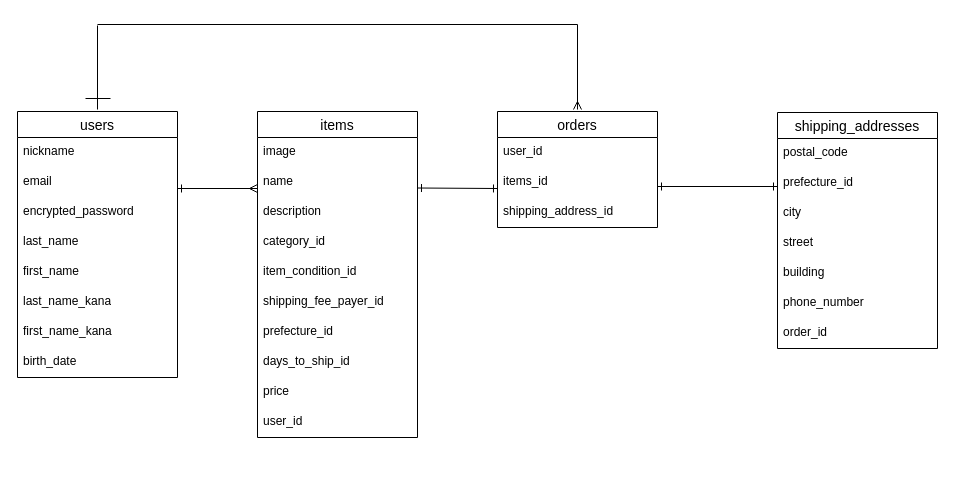
The draw.io diagram app/views/er.dio in Minimini55/furima-42535, before the edit. Source tidied: cells renumbered, new cells numbered last; positions are measured from the earlier drawing's top-left corner, leaving out a move shared by most shapes. Both pictures are drawn from the tidied source at 100%, with x=0, y=0 at pixel (17, 19).
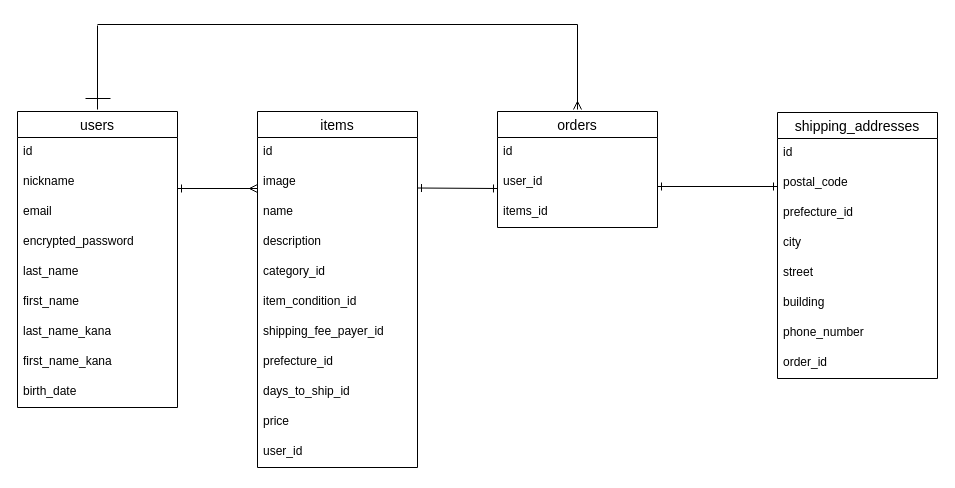
The same page after the edit.

Commit message (it also covers changes not shown here):
ordersテーブルのカラム削除とnicknameの制限修正

Unchanged cells that the change refers to:
```xml
<mxCell id="23" value="orders" style="swimlane;fontStyle=0;horizontal=1;startSize=26;align=center;fontSize=14;" parent="1" vertex="1">
  <mxGeometry x="480" y="92" width="160" height="116" as="geometry" />
</mxCell>
```

Diff of the diagram source:
```diff
@@
     <mxCell id="3" value="users" style="swimlane;fontStyle=0;horizontal=1;startSize=26;align=center;fontSize=14;" parent="1" vertex="1">
-      <mxGeometry y="92" width="160" height="266" as="geometry" />
+      <mxGeometry y="92" width="160" height="296" as="geometry" />
     </mxCell>
+    <mxCell id="41" value="id" style="text;strokeColor=none;fillColor=none;spacingLeft=4;spacingRight=4;overflow=hidden;fontSize=12;whiteSpace=wrap;html=1;" parent="3" vertex="1">
+      <mxGeometry y="26" width="160" height="30" as="geometry" />
+    </mxCell>
     <mxCell id="4" value="nickname" style="text;strokeColor=none;fillColor=none;spacingLeft=4;spacingRight=4;overflow=hidden;fontSize=12;whiteSpace=wrap;html=1;" parent="3" vertex="1">
-      <mxGeometry y="26" width="160" height="30" as="geometry" />
+      <mxGeometry y="56" width="160" height="30" as="geometry" />
     </mxCell>
     <mxCell id="5" value="email" style="text;strokeColor=none;fillColor=none;spacingLeft=4;spacingRight=4;overflow=hidden;fontSize=12;whiteSpace=wrap;html=1;" parent="3" vertex="1">
-      <mxGeometry y="56" width="160" height="30" as="geometry" />
+      <mxGeometry y="86" width="160" height="30" as="geometry" />
     </mxCell>
     <mxCell id="6" value="encrypted_password" style="text;strokeColor=none;fillColor=none;spacingLeft=4;spacingRight=4;overflow=hidden;fontSize=12;whiteSpace=wrap;html=1;" parent="3" vertex="1">
-      <mxGeometry y="86" width="160" height="30" as="geometry" />
+      <mxGeometry y="116" width="160" height="30" as="geometry" />
     </mxCell>
     <mxCell id="7" value="last_name" style="text;strokeColor=none;fillColor=none;spacingLeft=4;spacingRight=4;overflow=hidden;fontSize=12;whiteSpace=wrap;html=1;" parent="3" vertex="1">
-      <mxGeometry y="116" width="160" height="30" as="geometry" />
+      <mxGeometry y="146" width="160" height="30" as="geometry" />
     </mxCell>
     <mxCell id="8" value="first_name" style="text;strokeColor=none;fillColor=none;spacingLeft=4;spacingRight=4;overflow=hidden;fontSize=12;whiteSpace=wrap;html=1;" parent="3" vertex="1">
-      <mxGeometry y="146" width="160" height="30" as="geometry" />
+      <mxGeometry y="176" width="160" height="30" as="geometry" />
     </mxCell>
     <mxCell id="9" value="last_name_kana" style="text;strokeColor=none;fillColor=none;spacingLeft=4;spacingRight=4;overflow=hidden;fontSize=12;whiteSpace=wrap;html=1;" parent="3" vertex="1">
-      <mxGeometry y="176" width="160" height="30" as="geometry" />
+      <mxGeometry y="206" width="160" height="30" as="geometry" />
     </mxCell>
     <mxCell id="10" value="first_name_kana" style="text;strokeColor=none;fillColor=none;spacingLeft=4;spacingRight=4;overflow=hidden;fontSize=12;whiteSpace=wrap;html=1;" parent="3" vertex="1">
-      <mxGeometry y="206" width="160" height="30" as="geometry" />
+      <mxGeometry y="236" width="160" height="30" as="geometry" />
     </mxCell>
     <mxCell id="11" value="birth_date" style="text;strokeColor=none;fillColor=none;spacingLeft=4;spacingRight=4;overflow=hidden;fontSize=12;whiteSpace=wrap;html=1;" parent="3" vertex="1">
-      <mxGeometry y="236" width="160" height="30" as="geometry" />
+      <mxGeometry y="266" width="160" height="30" as="geometry" />
     </mxCell>
     <mxCell id="12" value="items" style="swimlane;fontStyle=0;horizontal=1;startSize=26;align=center;fontSize=14;" parent="1" vertex="1">
-      <mxGeometry x="240" y="92" width="160" height="326" as="geometry" />
+      <mxGeometry x="240" y="92" width="160" height="356" as="geometry" />
     </mxCell>
+    <mxCell id="42" value="id" style="text;strokeColor=none;fillColor=none;spacingLeft=4;spacingRight=4;overflow=hidden;fontSize=12;whiteSpace=wrap;html=1;" parent="12" vertex="1">
+      <mxGeometry y="26" width="160" height="30" as="geometry" />
+    </mxCell>
     <mxCell id="13" value="image" style="text;strokeColor=none;fillColor=none;spacingLeft=4;spacingRight=4;overflow=hidden;fontSize=12;whiteSpace=wrap;html=1;" parent="12" vertex="1">
-      <mxGeometry y="26" width="160" height="30" as="geometry" />
+      <mxGeometry y="56" width="160" height="30" as="geometry" />
     </mxCell>
     <mxCell id="14" value="name" style="text;strokeColor=none;fillColor=none;spacingLeft=4;spacingRight=4;overflow=hidden;fontSize=12;whiteSpace=wrap;html=1;" parent="12" vertex="1">
-      <mxGeometry y="56" width="160" height="30" as="geometry" />
+      <mxGeometry y="86" width="160" height="30" as="geometry" />
     </mxCell>
     <mxCell id="15" value="description" style="text;strokeColor=none;fillColor=none;spacingLeft=4;spacingRight=4;overflow=hidden;fontSize=12;whiteSpace=wrap;html=1;" parent="12" vertex="1">
-      <mxGeometry y="86" width="160" height="30" as="geometry" />
+      <mxGeometry y="116" width="160" height="30" as="geometry" />
     </mxCell>
     <mxCell id="16" value="category_id" style="text;strokeColor=none;fillColor=none;spacingLeft=4;spacingRight=4;overflow=hidden;fontSize=12;whiteSpace=wrap;html=1;" parent="12" vertex="1">
-      <mxGeometry y="116" width="160" height="30" as="geometry" />
+      <mxGeometry y="146" width="160" height="30" as="geometry" />
     </mxCell>
     <mxCell id="17" value="item_condition_id" style="text;strokeColor=none;fillColor=none;spacingLeft=4;spacingRight=4;overflow=hidden;fontSize=12;whiteSpace=wrap;html=1;" parent="12" vertex="1">
-      <mxGeometry y="146" width="160" height="30" as="geometry" />
+      <mxGeometry y="176" width="160" height="30" as="geometry" />
     </mxCell>
     <mxCell id="18" value="shipping_fee_payer_id" style="text;strokeColor=none;fillColor=none;spacingLeft=4;spacingRight=4;overflow=hidden;fontSize=12;whiteSpace=wrap;html=1;" parent="12" vertex="1">
-      <mxGeometry y="176" width="160" height="30" as="geometry" />
+      <mxGeometry y="206" width="160" height="30" as="geometry" />
     </mxCell>
     <mxCell id="19" value="prefecture_id" style="text;strokeColor=none;fillColor=none;spacingLeft=4;spacingRight=4;overflow=hidden;fontSize=12;whiteSpace=wrap;html=1;" parent="12" vertex="1">
-      <mxGeometry y="206" width="160" height="30" as="geometry" />
+      <mxGeometry y="236" width="160" height="30" as="geometry" />
     </mxCell>
     <mxCell id="20" value="days_to_ship_id" style="text;strokeColor=none;fillColor=none;spacingLeft=4;spacingRight=4;overflow=hidden;fontSize=12;whiteSpace=wrap;html=1;" parent="12" vertex="1">
-      <mxGeometry y="236" width="160" height="30" as="geometry" />
+      <mxGeometry y="266" width="160" height="30" as="geometry" />
     </mxCell>
     <mxCell id="21" value="price" style="text;strokeColor=none;fillColor=none;spacingLeft=4;spacingRight=4;overflow=hidden;fontSize=12;whiteSpace=wrap;html=1;" parent="12" vertex="1">
-      <mxGeometry y="266" width="160" height="30" as="geometry" />
+      <mxGeometry y="296" width="160" height="30" as="geometry" />
     </mxCell>
     <mxCell id="22" value="user_id" style="text;strokeColor=none;fillColor=none;spacingLeft=4;spacingRight=4;overflow=hidden;fontSize=12;whiteSpace=wrap;html=1;" parent="12" vertex="1">
-      <mxGeometry y="296" width="160" height="30" as="geometry" />
+      <mxGeometry y="326" width="160" height="30" as="geometry" />
     </mxCell>
@@
+    <mxCell id="43" value="id" style="text;strokeColor=none;fillColor=none;spacingLeft=4;spacingRight=4;overflow=hidden;fontSize=12;whiteSpace=wrap;html=1;" parent="23" vertex="1">
+      <mxGeometry y="26" width="160" height="30" as="geometry" />
+    </mxCell>
     <mxCell id="24" value="user_id" style="text;strokeColor=none;fillColor=none;spacingLeft=4;spacingRight=4;overflow=hidden;fontSize=12;whiteSpace=wrap;html=1;" parent="23" vertex="1">
-      <mxGeometry y="26" width="160" height="30" as="geometry" />
+      <mxGeometry y="56" width="160" height="30" as="geometry" />
     </mxCell>
     <mxCell id="25" value="items_id" style="text;strokeColor=none;fillColor=none;spacingLeft=4;spacingRight=4;overflow=hidden;fontSize=12;whiteSpace=wrap;html=1;" parent="23" vertex="1">
-      <mxGeometry y="56" width="160" height="30" as="geometry" />
+      <mxGeometry y="86" width="160" height="30" as="geometry" />
     </mxCell>
@@
-    <mxCell id="27" value="shipping_address_id" style="text;strokeColor=none;fillColor=none;spacingLeft=4;spacingRight=4;overflow=hidden;fontSize=12;whiteSpace=wrap;html=1;" parent="23" vertex="1">
-      <mxGeometry y="86" width="160" height="30" as="geometry" />
-    </mxCell>
     <mxCell id="28" value="shipping_addresses" style="swimlane;fontStyle=0;horizontal=1;startSize=26;align=center;fontSize=14;" parent="1" vertex="1">
-      <mxGeometry x="760" y="93" width="160" height="236" as="geometry" />
+      <mxGeometry x="760" y="93" width="160" height="266" as="geometry" />
     </mxCell>
+    <mxCell id="44" value="id" style="text;strokeColor=none;fillColor=none;spacingLeft=4;spacingRight=4;overflow=hidden;fontSize=12;whiteSpace=wrap;html=1;" parent="28" vertex="1">
+      <mxGeometry y="26" width="160" height="30" as="geometry" />
+    </mxCell>
     <mxCell id="29" value="postal_code" style="text;strokeColor=none;fillColor=none;spacingLeft=4;spacingRight=4;overflow=hidden;fontSize=12;whiteSpace=wrap;html=1;" parent="28" vertex="1">
-      <mxGeometry y="26" width="160" height="30" as="geometry" />
+      <mxGeometry y="56" width="160" height="30" as="geometry" />
     </mxCell>
     <mxCell id="30" value="prefecture_id" style="text;strokeColor=none;fillColor=none;spacingLeft=4;spacingRight=4;overflow=hidden;fontSize=12;whiteSpace=wrap;html=1;" parent="28" vertex="1">
-      <mxGeometry y="56" width="160" height="30" as="geometry" />
+      <mxGeometry y="86" width="160" height="30" as="geometry" />
     </mxCell>
     <mxCell id="31" value="city" style="text;strokeColor=none;fillColor=none;spacingLeft=4;spacingRight=4;overflow=hidden;fontSize=12;whiteSpace=wrap;html=1;" parent="28" vertex="1">
-      <mxGeometry y="86" width="160" height="30" as="geometry" />
+      <mxGeometry y="116" width="160" height="30" as="geometry" />
     </mxCell>
     <mxCell id="32" value="street" style="text;strokeColor=none;fillColor=none;spacingLeft=4;spacingRight=4;overflow=hidden;fontSize=12;whiteSpace=wrap;html=1;" parent="28" vertex="1">
-      <mxGeometry y="116" width="160" height="30" as="geometry" />
+      <mxGeometry y="146" width="160" height="30" as="geometry" />
     </mxCell>
     <mxCell id="33" value="building" style="text;strokeColor=none;fillColor=none;spacingLeft=4;spacingRight=4;overflow=hidden;fontSize=12;whiteSpace=wrap;html=1;" parent="28" vertex="1">
-      <mxGeometry y="146" width="160" height="30" as="geometry" />
+      <mxGeometry y="176" width="160" height="30" as="geometry" />
     </mxCell>
     <mxCell id="34" value="phone_number" style="text;strokeColor=none;fillColor=none;spacingLeft=4;spacingRight=4;overflow=hidden;fontSize=12;whiteSpace=wrap;html=1;" parent="28" vertex="1">
-      <mxGeometry y="176" width="160" height="30" as="geometry" />
+      <mxGeometry y="206" width="160" height="30" as="geometry" />
     </mxCell>
     <mxCell id="35" value="order_id" style="text;strokeColor=none;fillColor=none;spacingLeft=4;spacingRight=4;overflow=hidden;fontSize=12;whiteSpace=wrap;html=1;" parent="28" vertex="1">
-      <mxGeometry y="206" width="160" height="30" as="geometry" />
+      <mxGeometry y="236" width="160" height="30" as="geometry" />
     </mxCell>
```
